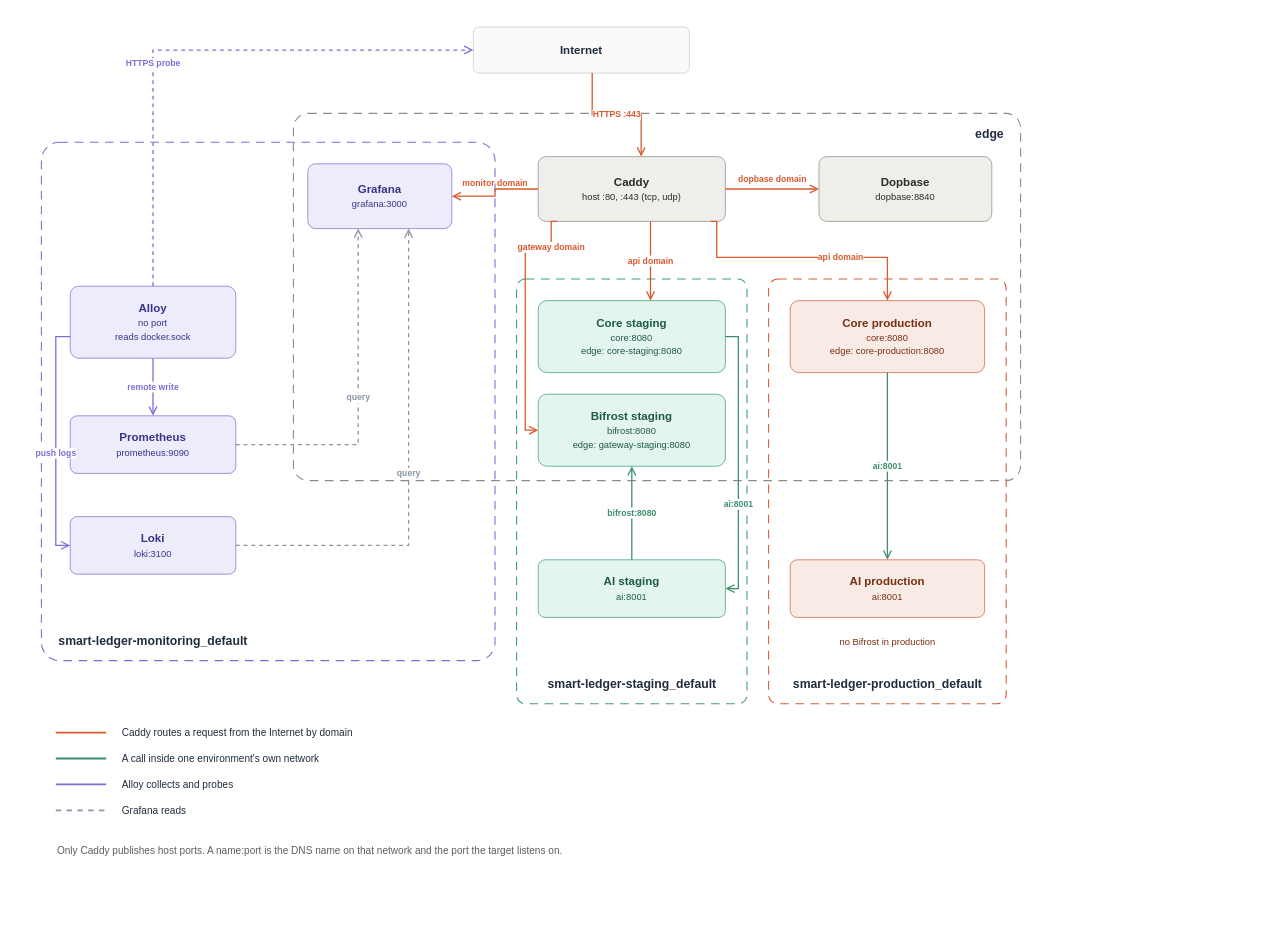
miphu2804/smart-ledger keeps this draw.io diagram as docs/architecture/diagrams/src/vps-network.drawio. Above is the earlier version. Source tidied: cells renumbered, new cells numbered last; positions are measured from the earlier drawing's top-left corner, leaving out a move shared by most shapes. Both pictures are drawn from the tidied source at 72%, with x=0, y=0 at pixel (12, 12).
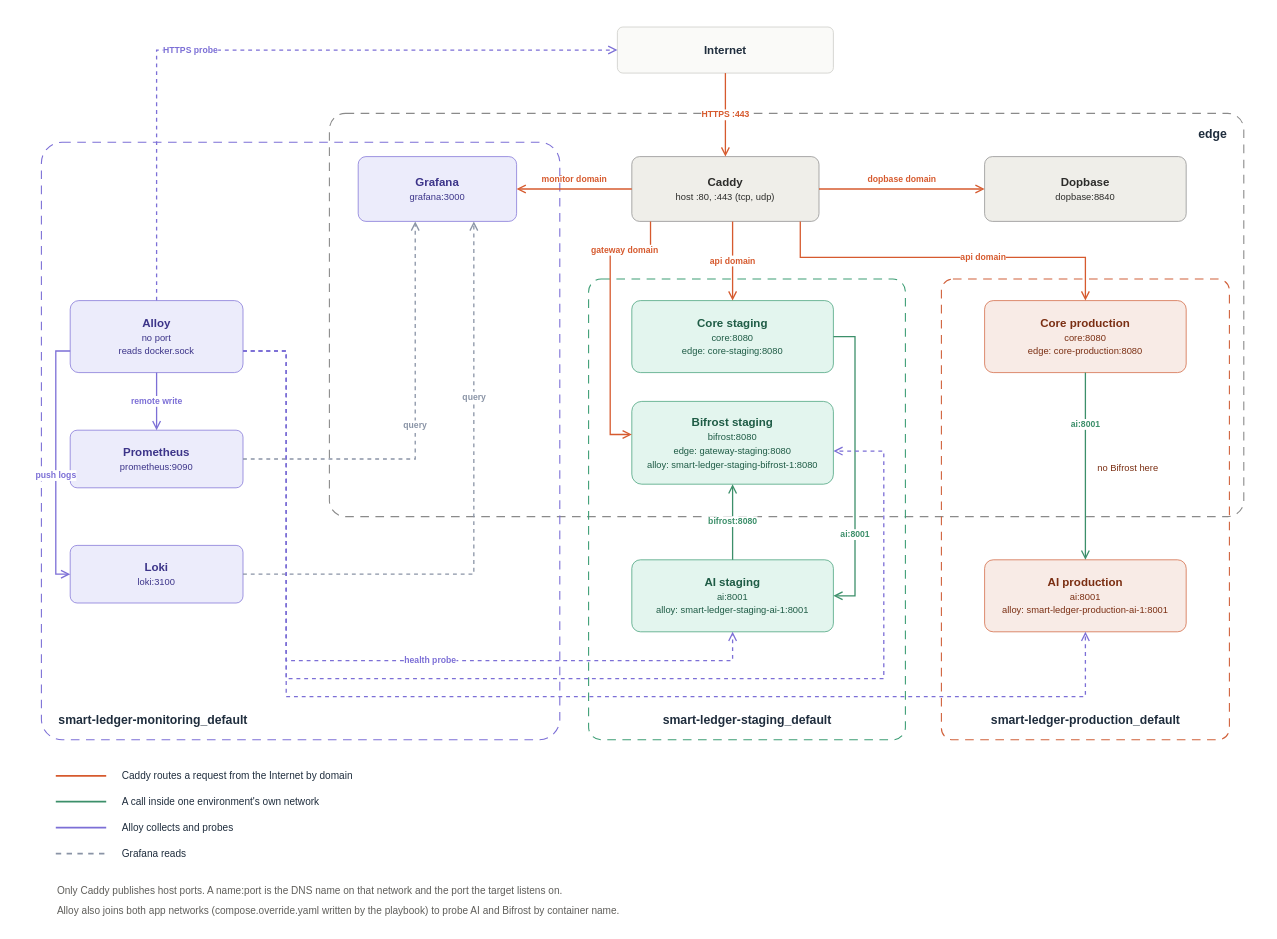
After the change.

Commit message (it also covers changes not shown here):
feat(deploy): alert on core database, ai and bifrost health

Change to the diagram source:
```diff
@@
     <mxCell id="2" style="rounded=0;html=1;fillColor=#ffffff;strokeColor=none;" parent="1" vertex="1">
-      <mxGeometry width="1440" height="1200" as="geometry" />
+      <mxGeometry width="1740" height="1270" as="geometry" />
     </mxCell>
     <mxCell id="3" value="edge" style="rounded=1;arcSize=4;html=1;dashed=1;dashPattern=8 6;fillColor=none;strokeColor=#8a8a8a;strokeWidth=1.5;fontColor=#1f2d3d;fontSize=17;fontStyle=1;verticalAlign=top;align=right;spacingLeft=22;spacingRight=22;spacingTop=12;spacingBottom=14;" parent="1" vertex="1">
-      <mxGeometry x="390" y="140" width="1010" height="510" as="geometry" />
+      <mxGeometry x="440" y="140" width="1270" height="560" as="geometry" />
     </mxCell>
     <mxCell id="4" value="smart-ledger-monitoring_default" style="rounded=1;arcSize=4;html=1;dashed=1;dashPattern=8 6;fillColor=none;strokeColor=#7c6fd6;strokeWidth=1.5;fontColor=#1f2d3d;fontSize=17;fontStyle=1;verticalAlign=bottom;align=left;spacingLeft=22;spacingRight=22;spacingTop=12;spacingBottom=14;" parent="1" vertex="1">
-      <mxGeometry x="40" y="180" width="630" height="720" as="geometry" />
+      <mxGeometry x="40" y="180" width="720" height="830" as="geometry" />
     </mxCell>
     <mxCell id="5" value="smart-ledger-staging_default" style="rounded=1;arcSize=4;html=1;dashed=1;dashPattern=8 6;fillColor=none;strokeColor=#3c9d74;strokeWidth=1.5;fontColor=#1f2d3d;fontSize=17;fontStyle=1;verticalAlign=bottom;align=center;spacingLeft=22;spacingRight=22;spacingTop=12;spacingBottom=14;" parent="1" vertex="1">
-      <mxGeometry x="700" y="370" width="320" height="590" as="geometry" />
+      <mxGeometry x="800" y="370" width="440" height="640" as="geometry" />
     </mxCell>
     <mxCell id="6" value="smart-ledger-production_default" style="rounded=1;arcSize=4;html=1;dashed=1;dashPattern=8 6;fillColor=none;strokeColor=#d0603a;strokeWidth=1.5;fontColor=#1f2d3d;fontSize=17;fontStyle=1;verticalAlign=bottom;align=center;spacingLeft=22;spacingRight=22;spacingTop=12;spacingBottom=14;" parent="1" vertex="1">
-      <mxGeometry x="1050" y="370" width="330" height="590" as="geometry" />
+      <mxGeometry x="1290" y="370" width="400" height="640" as="geometry" />
     </mxCell>
     <mxCell id="7" value="&lt;b&gt;Internet&lt;/b&gt;" style="rounded=1;arcSize=12;html=1;whiteSpace=wrap;fillColor=#fafaf8;strokeColor=#c9c9c4;fontColor=#1f2d3d;fontSize=16;" parent="1" vertex="1">
-      <mxGeometry x="640" y="20" width="300" height="64" as="geometry" />
+      <mxGeometry x="840" y="20" width="300" height="64" as="geometry" />
     </mxCell>
+    <mxCell id="10" value="&lt;b&gt;Grafana&lt;/b&gt;&lt;br&gt;&lt;span style=&quot;font-size:13px;font-weight:normal&quot;&gt;grafana:3000&lt;/span&gt;" style="rounded=1;arcSize=12;html=1;whiteSpace=wrap;fillColor=#ececfb;strokeColor=#7c6fd6;fontColor=#3c3489;fontSize=16;" parent="1" vertex="1">
+      <mxGeometry x="480" y="200" width="220" height="90" as="geometry" />
+    </mxCell>
     <mxCell id="8" value="&lt;b&gt;Caddy&lt;/b&gt;&lt;br&gt;&lt;span style=&quot;font-size:13px;font-weight:normal&quot;&gt;host :80, :443 (tcp, udp)&lt;/span&gt;" style="rounded=1;arcSize=12;html=1;whiteSpace=wrap;fillColor=#efeee9;strokeColor=#8a8a8a;fontColor=#2c2c2a;fontSize=16;" parent="1" vertex="1">
-      <mxGeometry x="730" y="200" width="260" height="90" as="geometry" />
+      <mxGeometry x="860" y="200" width="260" height="90" as="geometry" />
     </mxCell>
     <mxCell id="9" value="&lt;b&gt;Dopbase&lt;/b&gt;&lt;br&gt;&lt;span style=&quot;font-size:13px;font-weight:normal&quot;&gt;dopbase:8840&lt;/span&gt;" style="rounded=1;arcSize=12;html=1;whiteSpace=wrap;fillColor=#efeee9;strokeColor=#8a8a8a;fontColor=#2c2c2a;fontSize=16;" parent="1" vertex="1">
-      <mxGeometry x="1120" y="200" width="240" height="90" as="geometry" />
+      <mxGeometry x="1350" y="200" width="280" height="90" as="geometry" />
     </mxCell>
-    <mxCell id="10" value="&lt;b&gt;Grafana&lt;/b&gt;&lt;br&gt;&lt;span style=&quot;font-size:13px;font-weight:normal&quot;&gt;grafana:3000&lt;/span&gt;" style="rounded=1;arcSize=12;html=1;whiteSpace=wrap;fillColor=#ececfb;strokeColor=#7c6fd6;fontColor=#3c3489;fontSize=16;" parent="1" vertex="1">
-      <mxGeometry x="410" y="210" width="200" height="90" as="geometry" />
-    </mxCell>
     <mxCell id="11" value="&lt;b&gt;Alloy&lt;/b&gt;&lt;br&gt;&lt;span style=&quot;font-size:13px;font-weight:normal&quot;&gt;no port&lt;/span&gt;&lt;br&gt;&lt;span style=&quot;font-size:13px;font-weight:normal&quot;&gt;reads docker.sock&lt;/span&gt;" style="rounded=1;arcSize=12;html=1;whiteSpace=wrap;fillColor=#ececfb;strokeColor=#7c6fd6;fontColor=#3c3489;fontSize=16;" parent="1" vertex="1">
-      <mxGeometry x="80" y="380" width="230" height="100" as="geometry" />
+      <mxGeometry x="80" y="400" width="240" height="100" as="geometry" />
     </mxCell>
     <mxCell id="12" value="&lt;b&gt;Prometheus&lt;/b&gt;&lt;br&gt;&lt;span style=&quot;font-size:13px;font-weight:normal&quot;&gt;prometheus:9090&lt;/span&gt;" style="rounded=1;arcSize=12;html=1;whiteSpace=wrap;fillColor=#ececfb;strokeColor=#7c6fd6;fontColor=#3c3489;fontSize=16;" parent="1" vertex="1">
-      <mxGeometry x="80" y="560" width="230" height="80" as="geometry" />
+      <mxGeometry x="80" y="580" width="240" height="80" as="geometry" />
     </mxCell>
     <mxCell id="13" value="&lt;b&gt;Loki&lt;/b&gt;&lt;br&gt;&lt;span style=&quot;font-size:13px;font-weight:normal&quot;&gt;loki:3100&lt;/span&gt;" style="rounded=1;arcSize=12;html=1;whiteSpace=wrap;fillColor=#ececfb;strokeColor=#7c6fd6;fontColor=#3c3489;fontSize=16;" parent="1" vertex="1">
-      <mxGeometry x="80" y="700" width="230" height="80" as="geometry" />
+      <mxGeometry x="80" y="740" width="240" height="80" as="geometry" />
     </mxCell>
     <mxCell id="14" value="&lt;b&gt;Core staging&lt;/b&gt;&lt;br&gt;&lt;span style=&quot;font-size:13px;font-weight:normal&quot;&gt;core:8080&lt;/span&gt;&lt;br&gt;&lt;span style=&quot;font-size:13px;font-weight:normal&quot;&gt;edge: core-staging:8080&lt;/span&gt;" style="rounded=1;arcSize=12;html=1;whiteSpace=wrap;fillColor=#e3f5ee;strokeColor=#3c9d74;fontColor=#1e5b45;fontSize=16;" parent="1" vertex="1">
-      <mxGeometry x="730" y="400" width="260" height="100" as="geometry" />
+      <mxGeometry x="860" y="400" width="280" height="100" as="geometry" />
     </mxCell>
-    <mxCell id="15" value="&lt;b&gt;Bifrost staging&lt;/b&gt;&lt;br&gt;&lt;span style=&quot;font-size:13px;font-weight:normal&quot;&gt;bifrost:8080&lt;/span&gt;&lt;br&gt;&lt;span style=&quot;font-size:13px;font-weight:normal&quot;&gt;edge: gateway-staging:8080&lt;/span&gt;" style="rounded=1;arcSize=12;html=1;whiteSpace=wrap;fillColor=#e3f5ee;strokeColor=#3c9d74;fontColor=#1e5b45;fontSize=16;" parent="1" vertex="1">
-      <mxGeometry x="730" y="530" width="260" height="100" as="geometry" />
+    <mxCell id="15" value="&lt;b&gt;Bifrost staging&lt;/b&gt;&lt;br&gt;&lt;span style=&quot;font-size:13px;font-weight:normal&quot;&gt;bifrost:8080&lt;/span&gt;&lt;br&gt;&lt;span style=&quot;font-size:13px;font-weight:normal&quot;&gt;edge: gateway-staging:8080&lt;/span&gt;&lt;br&gt;&lt;span style=&quot;font-size:13px;font-weight:normal&quot;&gt;alloy: smart-ledger-staging-bifrost-1:8080&lt;/span&gt;" style="rounded=1;arcSize=12;html=1;whiteSpace=wrap;fillColor=#e3f5ee;strokeColor=#3c9d74;fontColor=#1e5b45;fontSize=16;" parent="1" vertex="1">
+      <mxGeometry x="860" y="540" width="280" height="115" as="geometry" />
     </mxCell>
-    <mxCell id="16" value="&lt;b&gt;AI staging&lt;/b&gt;&lt;br&gt;&lt;span style=&quot;font-size:13px;font-weight:normal&quot;&gt;ai:8001&lt;/span&gt;" style="rounded=1;arcSize=12;html=1;whiteSpace=wrap;fillColor=#e3f5ee;strokeColor=#3c9d74;fontColor=#1e5b45;fontSize=16;" parent="1" vertex="1">
-      <mxGeometry x="730" y="760" width="260" height="80" as="geometry" />
+    <mxCell id="16" value="&lt;b&gt;AI staging&lt;/b&gt;&lt;br&gt;&lt;span style=&quot;font-size:13px;font-weight:normal&quot;&gt;ai:8001&lt;/span&gt;&lt;br&gt;&lt;span style=&quot;font-size:13px;font-weight:normal&quot;&gt;alloy: smart-ledger-staging-ai-1:8001&lt;/span&gt;" style="rounded=1;arcSize=12;html=1;whiteSpace=wrap;fillColor=#e3f5ee;strokeColor=#3c9d74;fontColor=#1e5b45;fontSize=16;" parent="1" vertex="1">
+      <mxGeometry x="860" y="760" width="280" height="100" as="geometry" />
     </mxCell>
     <mxCell id="17" value="&lt;b&gt;Core production&lt;/b&gt;&lt;br&gt;&lt;span style=&quot;font-size:13px;font-weight:normal&quot;&gt;core:8080&lt;/span&gt;&lt;br&gt;&lt;span style=&quot;font-size:13px;font-weight:normal&quot;&gt;edge: core-production:8080&lt;/span&gt;" style="rounded=1;arcSize=12;html=1;whiteSpace=wrap;fillColor=#f8ebe6;strokeColor=#d0603a;fontColor=#7a2e12;fontSize=16;" parent="1" vertex="1">
-      <mxGeometry x="1080" y="400" width="270" height="100" as="geometry" />
+      <mxGeometry x="1350" y="400" width="280" height="100" as="geometry" />
     </mxCell>
-    <mxCell id="18" value="no Bifrost in production" style="text;html=1;align=center;verticalAlign=middle;fontColor=#7a2e12;fontSize=13;" parent="1" vertex="1">
-      <mxGeometry x="1080" y="862" width="270" height="24" as="geometry" />
+    <mxCell id="18" value="no Bifrost here" style="text;html=1;align=left;verticalAlign=middle;fontColor=#7a2e12;fontSize=13;" parent="1" vertex="1">
+      <mxGeometry x="1505" y="620" width="140" height="24" as="geometry" />
     </mxCell>
-    <mxCell id="19" value="&lt;b&gt;AI production&lt;/b&gt;&lt;br&gt;&lt;span style=&quot;font-size:13px;font-weight:normal&quot;&gt;ai:8001&lt;/span&gt;" style="rounded=1;arcSize=12;html=1;whiteSpace=wrap;fillColor=#f8ebe6;strokeColor=#d0603a;fontColor=#7a2e12;fontSize=16;" parent="1" vertex="1">
-      <mxGeometry x="1080" y="760" width="270" height="80" as="geometry" />
+    <mxCell id="19" value="&lt;b&gt;AI production&lt;/b&gt;&lt;br&gt;&lt;span style=&quot;font-size:13px;font-weight:normal&quot;&gt;ai:8001&lt;/span&gt;&lt;br&gt;&lt;span style=&quot;font-size:13px;font-weight:normal&quot;&gt;alloy: smart-ledger-production-ai-1:8001&lt;/span&gt;" style="rounded=1;arcSize=12;html=1;whiteSpace=wrap;fillColor=#f8ebe6;strokeColor=#d0603a;fontColor=#7a2e12;fontSize=16;" parent="1" vertex="1">
+      <mxGeometry x="1350" y="760" width="280" height="100" as="geometry" />
     </mxCell>
-    <mxCell id="20" value="HTTPS :443" style="edgeStyle=orthogonalEdgeStyle;rounded=0;html=1;endArrow=open;endSize=9;strokeColor=#d65a2e;strokeWidth=1.8;fontColor=#d65a2e;fontSize=12;fontStyle=1;labelBackgroundColor=#ffffff;exitX=0.55;exitY=1;entryX=0.55;entryY=0;" parent="1" edge="1" source="7" target="8">
+    <mxCell id="20" value="HTTPS :443" style="edgeStyle=orthogonalEdgeStyle;rounded=0;html=1;endArrow=open;endSize=9;strokeColor=#d65a2e;strokeWidth=1.8;fontColor=#d65a2e;fontSize=12;fontStyle=1;labelBackgroundColor=#ffffff;exitX=0.5;exitY=1;entryX=0.5;entryY=0;" parent="1" edge="1" source="7" target="8">
       <mxGeometry relative="1" as="geometry" />
     </mxCell>
@@
-    <mxCell id="23" value="api domain" style="edgeStyle=orthogonalEdgeStyle;rounded=0;html=1;endArrow=open;endSize=9;strokeColor=#d65a2e;strokeWidth=1.8;fontColor=#d65a2e;fontSize=12;fontStyle=1;labelBackgroundColor=#ffffff;exitX=0.6;exitY=1;entryX=0.6;entryY=0;" parent="1" edge="1" source="8" target="14">
+    <mxCell id="23" value="api domain" style="edgeStyle=orthogonalEdgeStyle;rounded=0;html=1;endArrow=open;endSize=9;strokeColor=#d65a2e;strokeWidth=1.8;fontColor=#d65a2e;fontSize=12;fontStyle=1;labelBackgroundColor=#ffffff;exitX=0.5385;exitY=1;entryX=0.5;entryY=0;" parent="1" edge="1" source="8" target="14">
       <mxGeometry relative="1" as="geometry" />
     </mxCell>
-    <mxCell id="24" value="gateway domain" style="edgeStyle=orthogonalEdgeStyle;rounded=0;html=1;endArrow=open;endSize=9;strokeColor=#d65a2e;strokeWidth=1.8;fontColor=#d65a2e;fontSize=12;fontStyle=1;labelBackgroundColor=#ffffff;exitX=0.1;exitY=1;entryX=0;entryY=0.5;" parent="1" edge="1" source="8" target="15">
-      <mxGeometry x="-0.75" relative="1" as="geometry">
+    <mxCell id="24" value="gateway domain" style="edgeStyle=orthogonalEdgeStyle;rounded=0;html=1;endArrow=open;endSize=9;strokeColor=#d65a2e;strokeWidth=1.8;fontColor=#d65a2e;fontSize=12;fontStyle=1;labelBackgroundColor=#ffffff;exitX=0.1;exitY=1;entryX=0;entryY=0.4;" parent="1" edge="1" source="8" target="15">
+      <mxGeometry x="-0.6" relative="1" as="geometry">
         <Array as="points">
-          <mxPoint x="748" y="330" />
-          <mxPoint x="712" y="330" />
-          <mxPoint x="712" y="580" />
+          <mxPoint x="886" y="330" />
+          <mxPoint x="830" y="330" />
+          <mxPoint x="830" y="586" />
         </Array>
       </mxGeometry>
     </mxCell>
-    <mxCell id="25" value="api domain" style="edgeStyle=orthogonalEdgeStyle;rounded=0;html=1;endArrow=open;endSize=9;strokeColor=#d65a2e;strokeWidth=1.8;fontColor=#d65a2e;fontSize=12;fontStyle=1;labelBackgroundColor=#ffffff;exitX=0.92;exitY=1;entryX=0.5;entryY=0;" parent="1" edge="1" source="8" target="17">
-      <mxGeometry x="0.3" relative="1" as="geometry">
+    <mxCell id="25" value="api domain" style="edgeStyle=orthogonalEdgeStyle;rounded=0;html=1;endArrow=open;endSize=9;strokeColor=#d65a2e;strokeWidth=1.8;fontColor=#d65a2e;fontSize=12;fontStyle=1;labelBackgroundColor=#ffffff;exitX=0.9;exitY=1;entryX=0.5;entryY=0;" parent="1" edge="1" source="8" target="17">
+      <mxGeometry x="0.2" relative="1" as="geometry">
         <Array as="points">
-          <mxPoint x="978" y="340" />
-          <mxPoint x="1215" y="340" />
+          <mxPoint x="1094" y="340" />
+          <mxPoint x="1490" y="340" />
         </Array>
       </mxGeometry>
     </mxCell>
     <mxCell id="26" value="ai:8001" style="edgeStyle=orthogonalEdgeStyle;rounded=0;html=1;endArrow=open;endSize=9;strokeColor=#3c8f6a;strokeWidth=1.8;fontColor=#3c8f6a;fontSize=12;fontStyle=1;labelBackgroundColor=#ffffff;exitX=1;exitY=0.5;entryX=1;entryY=0.5;" parent="1" edge="1" source="14" target="16">
-      <mxGeometry x="0.3" relative="1" as="geometry">
+      <mxGeometry x="0.45" relative="1" as="geometry">
         <Array as="points">
-          <mxPoint x="1008" y="450" />
-          <mxPoint x="1008" y="800" />
+          <mxPoint x="1170" y="450" />
+          <mxPoint x="1170" y="810" />
         </Array>
       </mxGeometry>
     </mxCell>
@@
     <mxCell id="28" value="ai:8001" style="edgeStyle=orthogonalEdgeStyle;rounded=0;html=1;endArrow=open;endSize=9;strokeColor=#3c8f6a;strokeWidth=1.8;fontColor=#3c8f6a;fontSize=12;fontStyle=1;labelBackgroundColor=#ffffff;exitX=0.5;exitY=1;entryX=0.5;entryY=0;" parent="1" edge="1" source="17" target="19">
-      <mxGeometry relative="1" as="geometry" />
+      <mxGeometry x="-0.45" relative="1" as="geometry" />
     </mxCell>
@@
     <mxCell id="30" value="push logs" style="edgeStyle=orthogonalEdgeStyle;rounded=0;html=1;endArrow=open;endSize=9;strokeColor=#7c6fd6;strokeWidth=1.8;fontColor=#7c6fd6;fontSize=12;fontStyle=1;labelBackgroundColor=#ffffff;exitX=0;exitY=0.7;entryX=0;entryY=0.5;" parent="1" edge="1" source="11" target="13">
       <mxGeometry x="0.1" relative="1" as="geometry">
         <Array as="points">
-          <mxPoint x="60" y="450" />
-          <mxPoint x="60" y="740" />
+          <mxPoint x="60" y="470" />
+          <mxPoint x="60" y="780" />
         </Array>
       </mxGeometry>
     </mxCell>
-    <mxCell id="31" value="query" style="edgeStyle=orthogonalEdgeStyle;rounded=0;html=1;endArrow=open;endSize=9;strokeColor=#8a94a6;strokeWidth=1.8;dashed=1;fontColor=#8a94a6;fontSize=12;fontStyle=1;labelBackgroundColor=#ffffff;exitX=1;exitY=0.5;entryX=0.35;entryY=1;" parent="1" edge="1" source="12" target="10">
+    <mxCell id="31" value="query" style="edgeStyle=orthogonalEdgeStyle;rounded=0;html=1;endArrow=open;endSize=9;strokeColor=#8a94a6;strokeWidth=1.8;dashed=1;fontColor=#8a94a6;fontSize=12;fontStyle=1;labelBackgroundColor=#ffffff;exitX=1;exitY=0.5;entryX=0.36;entryY=1;" parent="1" edge="1" source="12" target="10">
       <mxGeometry relative="1" as="geometry" />
     </mxCell>
-    <mxCell id="32" value="query" style="edgeStyle=orthogonalEdgeStyle;rounded=0;html=1;endArrow=open;endSize=9;strokeColor=#8a94a6;strokeWidth=1.8;dashed=1;fontColor=#8a94a6;fontSize=12;fontStyle=1;labelBackgroundColor=#ffffff;exitX=1;exitY=0.5;entryX=0.7;entryY=1;" parent="1" edge="1" source="13" target="10">
-      <mxGeometry relative="1" as="geometry" />
+    <mxCell id="32" value="query" style="edgeStyle=orthogonalEdgeStyle;rounded=0;html=1;endArrow=open;endSize=9;strokeColor=#8a94a6;strokeWidth=1.8;dashed=1;fontColor=#8a94a6;fontSize=12;fontStyle=1;labelBackgroundColor=#ffffff;exitX=1;exitY=0.5;entryX=0.73;entryY=1;" parent="1" edge="1" source="13" target="10">
+      <mxGeometry x="0.4" relative="1" as="geometry" />
     </mxCell>
     <mxCell id="33" value="HTTPS probe" style="edgeStyle=orthogonalEdgeStyle;rounded=0;html=1;endArrow=open;endSize=9;strokeColor=#7c6fd6;strokeWidth=1.8;dashed=1;fontColor=#7c6fd6;fontSize=12;fontStyle=1;labelBackgroundColor=#ffffff;exitX=0.5;exitY=0;entryX=0;entryY=0.5;" parent="1" edge="1" source="11" target="7">
       <mxGeometry x="-0.2" relative="1" as="geometry">
         <Array as="points">
-          <mxPoint x="195" y="52" />
+          <mxPoint x="200" y="52" />
         </Array>
       </mxGeometry>
     </mxCell>
+    <mxCell id="43" value="health probe" style="edgeStyle=orthogonalEdgeStyle;rounded=0;html=1;endArrow=open;endSize=9;strokeColor=#7c6fd6;strokeWidth=1.8;dashed=1;fontColor=#7c6fd6;fontSize=12;fontStyle=1;labelBackgroundColor=#ffffff;exitX=1;exitY=0.7;entryX=0.5;entryY=1;" parent="1" edge="1" source="11" target="16">
+      <mxGeometry x="0.2" relative="1" as="geometry">
+        <Array as="points">
+          <mxPoint x="380" y="470" />
+          <mxPoint x="380" y="900" />
+          <mxPoint x="1000" y="900" />
+        </Array>
+      </mxGeometry>
+    </mxCell>
+    <mxCell id="44" style="edgeStyle=orthogonalEdgeStyle;rounded=0;html=1;endArrow=open;endSize=9;strokeColor=#7c6fd6;strokeWidth=1.8;dashed=1;fontColor=#7c6fd6;fontSize=12;fontStyle=1;labelBackgroundColor=#ffffff;exitX=1;exitY=0.7;entryX=1;entryY=0.6;" parent="1" edge="1" source="11" target="15">
+      <mxGeometry relative="1" as="geometry">
+        <Array as="points">
+          <mxPoint x="380" y="470" />
+          <mxPoint x="380" y="925" />
+          <mxPoint x="1210" y="925" />
+          <mxPoint x="1210" y="609" />
+        </Array>
+      </mxGeometry>
+    </mxCell>
+    <mxCell id="45" style="edgeStyle=orthogonalEdgeStyle;rounded=0;html=1;endArrow=open;endSize=9;strokeColor=#7c6fd6;strokeWidth=1.8;dashed=1;fontColor=#7c6fd6;fontSize=12;fontStyle=1;labelBackgroundColor=#ffffff;exitX=1;exitY=0.7;entryX=0.5;entryY=1;" parent="1" edge="1" source="11" target="19">
+      <mxGeometry relative="1" as="geometry">
+        <Array as="points">
+          <mxPoint x="380" y="470" />
+          <mxPoint x="380" y="950" />
+          <mxPoint x="1490" y="950" />
+        </Array>
+      </mxGeometry>
+    </mxCell>
     <mxCell id="34" style="endArrow=none;html=1;strokeColor=#d65a2e;strokeWidth=2.5;" parent="1" edge="1">
       <mxGeometry relative="1" as="geometry">
-        <mxPoint x="60" y="1000" as="sourcePoint" />
-        <mxPoint x="130" y="1000" as="targetPoint" />
+        <mxPoint x="60" y="1060" as="sourcePoint" />
+        <mxPoint x="130" y="1060" as="targetPoint" />
       </mxGeometry>
     </mxCell>
     <mxCell id="35" value="Caddy routes a request from the Internet by domain" style="text;html=1;align=left;verticalAlign=middle;fontColor=#1f2d3d;fontSize=14;" parent="1" vertex="1">
-      <mxGeometry x="150" y="986" width="500" height="28" as="geometry" />
+      <mxGeometry x="150" y="1046" width="500" height="28" as="geometry" />
     </mxCell>
     <mxCell id="36" style="endArrow=none;html=1;strokeColor=#3c8f6a;strokeWidth=2.5;" parent="1" edge="1">
       <mxGeometry relative="1" as="geometry">
-        <mxPoint x="60" y="1036" as="sourcePoint" />
-        <mxPoint x="130" y="1036" as="targetPoint" />
+        <mxPoint x="60" y="1096" as="sourcePoint" />
+        <mxPoint x="130" y="1096" as="targetPoint" />
       </mxGeometry>
     </mxCell>
     <mxCell id="37" value="A call inside one environment's own network" style="text;html=1;align=left;verticalAlign=middle;fontColor=#1f2d3d;fontSize=14;" parent="1" vertex="1">
-      <mxGeometry x="150" y="1022" width="500" height="28" as="geometry" />
+      <mxGeometry x="150" y="1082" width="500" height="28" as="geometry" />
     </mxCell>
     <mxCell id="38" style="endArrow=none;html=1;strokeColor=#7c6fd6;strokeWidth=2.5;" parent="1" edge="1">
       <mxGeometry relative="1" as="geometry">
-        <mxPoint x="60" y="1072" as="sourcePoint" />
-        <mxPoint x="130" y="1072" as="targetPoint" />
+        <mxPoint x="60" y="1132" as="sourcePoint" />
+        <mxPoint x="130" y="1132" as="targetPoint" />
       </mxGeometry>
     </mxCell>
     <mxCell id="39" value="Alloy collects and probes" style="text;html=1;align=left;verticalAlign=middle;fontColor=#1f2d3d;fontSize=14;" parent="1" vertex="1">
-      <mxGeometry x="150" y="1058" width="500" height="28" as="geometry" />
+      <mxGeometry x="150" y="1118" width="500" height="28" as="geometry" />
     </mxCell>
     <mxCell id="40" style="endArrow=none;html=1;strokeColor=#8a94a6;strokeWidth=2.5;dashed=1;" parent="1" edge="1">
       <mxGeometry relative="1" as="geometry">
-        <mxPoint x="60" y="1108" as="sourcePoint" />
-        <mxPoint x="130" y="1108" as="targetPoint" />
+        <mxPoint x="60" y="1168" as="sourcePoint" />
+        <mxPoint x="130" y="1168" as="targetPoint" />
       </mxGeometry>
     </mxCell>
     <mxCell id="41" value="Grafana reads" style="text;html=1;align=left;verticalAlign=middle;fontColor=#1f2d3d;fontSize=14;" parent="1" vertex="1">
-      <mxGeometry x="150" y="1094" width="500" height="28" as="geometry" />
+      <mxGeometry x="150" y="1154" width="500" height="28" as="geometry" />
     </mxCell>
     <mxCell id="42" value="Only Caddy publishes host ports. A name:port is the DNS name on that network and the port the target listens on." style="text;html=1;align=left;verticalAlign=middle;fontColor=#5f5e5a;fontSize=14;" parent="1" vertex="1">
-      <mxGeometry x="60" y="1150" width="1300" height="28" as="geometry" />
+      <mxGeometry x="60" y="1205" width="1600" height="28" as="geometry" />
     </mxCell>
+    <mxCell id="46" value="Alloy also joins both app networks (compose.override.yaml written by the playbook) to probe AI and Bifrost by container name." style="text;html=1;align=left;verticalAlign=middle;fontColor=#5f5e5a;fontSize=14;" parent="1" vertex="1">
+      <mxGeometry x="60" y="1233" width="1600" height="28" as="geometry" />
+    </mxCell>
```
